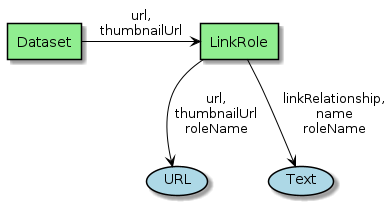
The PlantUML diagram series/diagrams/LinkRole.png in eovoc/eo-on-schema.org, before a commit. Its diagram source:
```plantuml
@startuml
!define Class agent
!define Property usecase

skinparam Property {
BackgroundColor LightBlue
BorderColor Black
  ArrowColor Black
  linetype Ortho
}

skinparam Class {
BackgroundColor LightGreen
BorderColor Black
ArrowColor Black
linetype Ortho
}

Class Dataset
Class LinkRole

Dataset -right-> LinkRole : "url,\nthumbnailUrl"

LinkRole -down-> (URL) : "url,\nthumbnailUrl\nroleName"

LinkRole -down-> (Text) : "linkRelationship,\nname\nroleName"
@enduml
```
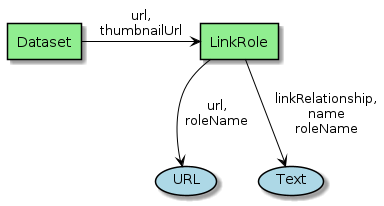
Above is the later version.

Diff of the diagram source:
```diff
@@ -21,7 +21,7 @@
 
 Dataset -right-> LinkRole : "url,\nthumbnailUrl"
 
-LinkRole -down-> (URL) : "url,\nthumbnailUrl\nroleName"
+LinkRole -down-> (URL) : "url,\nroleName"
 
 LinkRole -down-> (Text) : "linkRelationship,\nname\nroleName"
 @enduml
```
